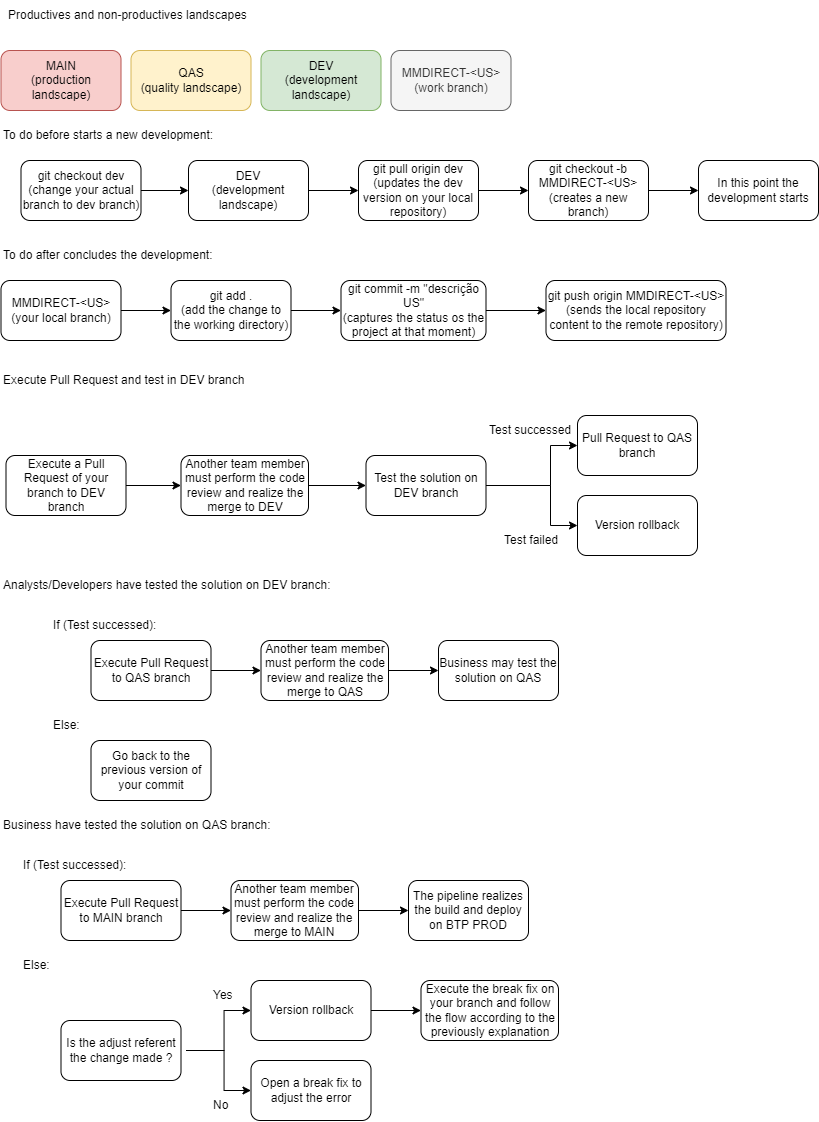
This is Github flow 2.drawio.png from JuRibeiro/github-flow, a draw.io export, as it was before one commit. Source tidied: cells renumbered, new cells last; positions are measured from the earlier drawing's top-left corner, leaving out a move shared by most shapes.
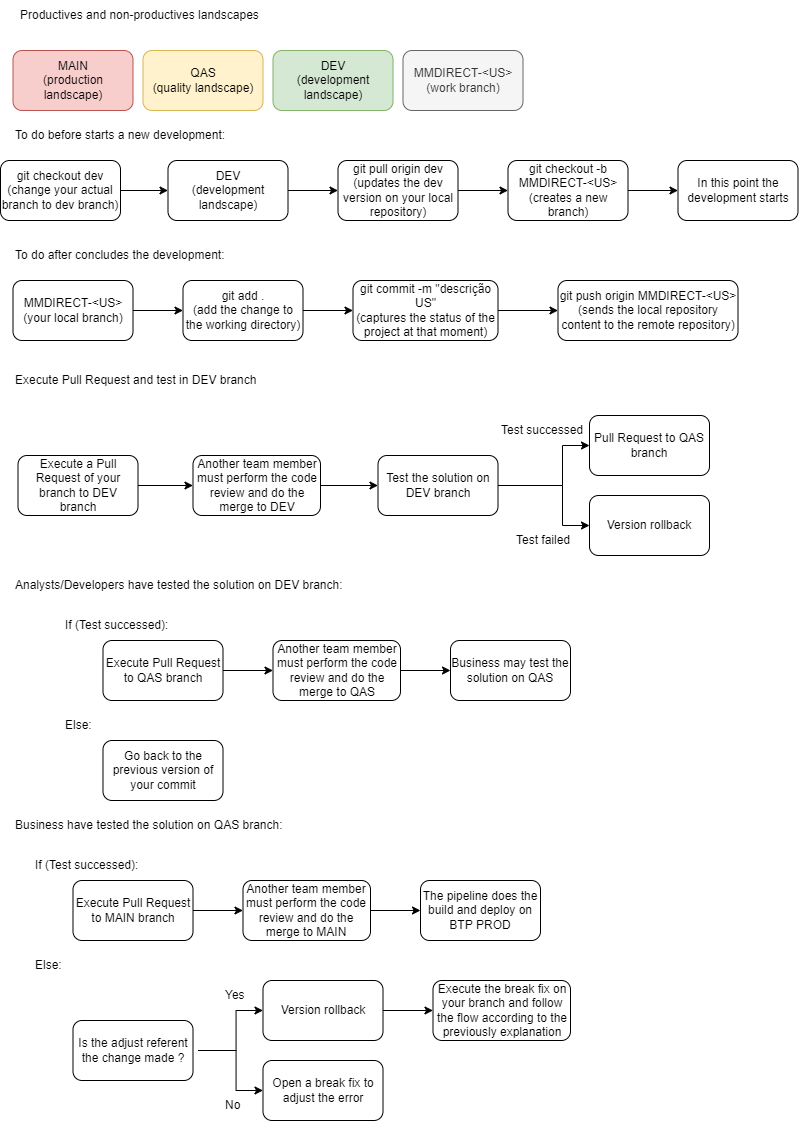
After the commit.

Change to the diagram source:
```diff
@@ -15,22 +15,22 @@
       <mxGeometry relative="1" as="geometry" />
     </mxCell>
     <mxCell id="6" value="git pull origin dev&lt;br&gt;(updates the dev version on your local repository)" style="whiteSpace=wrap;html=1;rounded=1;" parent="1" vertex="1">
-      <mxGeometry x="358" y="160" width="120" height="60" as="geometry" />
+      <mxGeometry x="325.5" y="160" width="120" height="60" as="geometry" />
     </mxCell>
     <mxCell id="7" style="edgeStyle=orthogonalEdgeStyle;rounded=0;jettySize=auto;html=1;" parent="1" edge="1" source="8" target="6">
       <mxGeometry relative="1" as="geometry" />
     </mxCell>
     <mxCell id="8" value="DEV&lt;br&gt;(development landscape)" style="rounded=1;whiteSpace=wrap;html=1;" parent="1" vertex="1">
-      <mxGeometry x="188" y="160" width="120" height="60" as="geometry" />
+      <mxGeometry x="155.5" y="160" width="120" height="60" as="geometry" />
     </mxCell>
     <mxCell id="9" style="edgeStyle=orthogonalEdgeStyle;rounded=0;jettySize=auto;html=1;" parent="1" edge="1" source="10" target="11">
       <mxGeometry relative="1" as="geometry" />
     </mxCell>
     <mxCell id="10" value="git checkout -b MMDIRECT-&amp;lt;US&amp;gt;&lt;br&gt;(creates a new branch)" style="whiteSpace=wrap;html=1;rounded=1;" parent="1" vertex="1">
-      <mxGeometry x="528" y="160" width="120" height="60" as="geometry" />
+      <mxGeometry x="495.5" y="160" width="120" height="60" as="geometry" />
     </mxCell>
     <mxCell id="11" value="In this point the development starts" style="whiteSpace=wrap;html=1;rounded=1;" parent="1" vertex="1">
-      <mxGeometry x="698" y="160" width="120" height="60" as="geometry" />
+      <mxGeometry x="665.5" y="160" width="120" height="60" as="geometry" />
     </mxCell>
     <mxCell id="12" value="Productives and non-productives landscapes" style="text;html=1;strokeColor=none;fillColor=none;align=left;verticalAlign=middle;whiteSpace=wrap;rounded=0;" parent="1" vertex="1">
       <mxGeometry x="5.5" width="252.5" height="30" as="geometry" />
@@ -56,7 +56,7 @@
     <mxCell id="19" style="edgeStyle=orthogonalEdgeStyle;rounded=0;jettySize=auto;html=1;" parent="1" edge="1" source="20" target="21">
       <mxGeometry relative="1" as="geometry" />
     </mxCell>
-    <mxCell id="20" value="&lt;font style=&quot;font-size: 12px;&quot;&gt;git commit -m &quot;descrição US&quot;&lt;br&gt;(captures the status os the project at that moment)&lt;/font&gt;" style="whiteSpace=wrap;html=1;rounded=1;" parent="1" vertex="1">
+    <mxCell id="20" value="&lt;font style=&quot;font-size: 12px;&quot;&gt;git commit -m &quot;descrição US&quot;&lt;br&gt;(captures the status of the project at that moment)&lt;/font&gt;" style="whiteSpace=wrap;html=1;rounded=1;" parent="1" vertex="1">
       <mxGeometry x="340.5" y="280" width="145" height="60" as="geometry" />
     </mxCell>
     <mxCell id="21" value="git push origin MMDIRECT-&amp;lt;US&amp;gt;&lt;br&gt;(sends the local repository content to the remote repository)" style="whiteSpace=wrap;html=1;rounded=1;" parent="1" vertex="1">
@@ -65,7 +65,7 @@
     <mxCell id="22" style="edgeStyle=orthogonalEdgeStyle;rounded=0;jettySize=auto;html=1;" parent="1" edge="1" source="23" target="27">
       <mxGeometry relative="1" as="geometry" />
     </mxCell>
-    <mxCell id="23" value="Another team member must perform the code review and realize the merge to DEV" style="whiteSpace=wrap;html=1;rounded=1;" parent="1" vertex="1">
+    <mxCell id="23" value="Another team member must perform the code review and do the merge to DEV" style="whiteSpace=wrap;html=1;rounded=1;" parent="1" vertex="1">
       <mxGeometry x="180.5" y="455" width="127.5" height="60" as="geometry" />
     </mxCell>
     <mxCell id="24" style="edgeStyle=orthogonalEdgeStyle;rounded=0;jettySize=auto;html=1;" parent="1" edge="1" source="25" target="23">
@@ -126,7 +126,7 @@
     <mxCell id="38" style="edgeStyle=orthogonalEdgeStyle;rounded=0;jettySize=auto;html=1;" parent="1" edge="1" source="39" target="40">
       <mxGeometry relative="1" as="geometry" />
     </mxCell>
-    <mxCell id="39" value="Another team member must perform the code review and realize the merge to QAS" style="whiteSpace=wrap;html=1;rounded=1;" parent="1" vertex="1">
+    <mxCell id="39" value="Another team member must perform the code review and do the merge to QAS" style="whiteSpace=wrap;html=1;rounded=1;" parent="1" vertex="1">
       <mxGeometry x="260.5" y="640" width="127.5" height="60" as="geometry" />
     </mxCell>
     <mxCell id="40" value="Business may test the solution on QAS" style="whiteSpace=wrap;html=1;rounded=1;" parent="1" vertex="1">
@@ -161,10 +161,10 @@
     <mxCell id="49" style="edgeStyle=orthogonalEdgeStyle;rounded=0;jettySize=auto;html=1;" parent="1" edge="1" source="50" target="51">
       <mxGeometry relative="1" as="geometry" />
     </mxCell>
-    <mxCell id="50" value="Another team member must perform the code review and realize the merge to MAIN" style="whiteSpace=wrap;html=1;rounded=1;" parent="1" vertex="1">
+    <mxCell id="50" value="Another team member must perform the code review and do the merge to MAIN" style="whiteSpace=wrap;html=1;rounded=1;" parent="1" vertex="1">
       <mxGeometry x="230.5" y="880" width="127.5" height="60" as="geometry" />
     </mxCell>
-    <mxCell id="51" value="The pipeline realizes the build and deploy on BTP PROD" style="whiteSpace=wrap;html=1;rounded=1;" parent="1" vertex="1">
+    <mxCell id="51" value="The pipeline does the build and deploy on BTP PROD" style="whiteSpace=wrap;html=1;rounded=1;" parent="1" vertex="1">
       <mxGeometry x="408" y="880" width="120" height="60" as="geometry" />
     </mxCell>
     <mxCell id="52" value="Is the adjust referent the change made ?" style="whiteSpace=wrap;html=1;rounded=1;" parent="1" vertex="1">
@@ -211,7 +211,7 @@
       <mxGeometry relative="1" as="geometry" />
     </mxCell>
     <mxCell id="62" value="git checkout dev&lt;br&gt;(change your actual branch to dev branch)" style="rounded=1;whiteSpace=wrap;html=1;" parent="1" vertex="1">
-      <mxGeometry x="20.5" y="160" width="120" height="60" as="geometry" />
+      <mxGeometry x="-12" y="160" width="120" height="60" as="geometry" />
     </mxCell>
   </root>
 </mxGraphModel>
```
